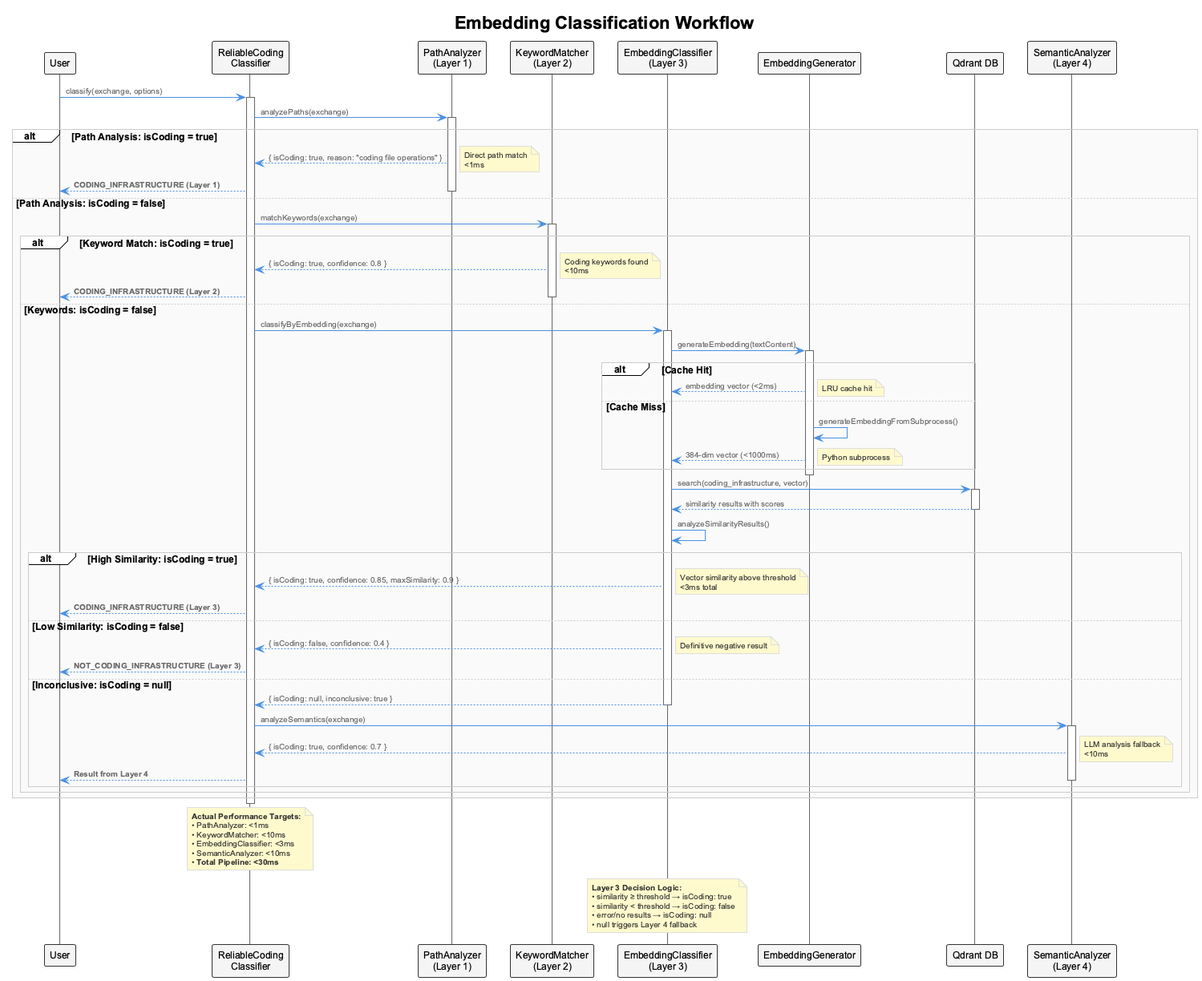
The PlantUML diagram docs/images/embedding-classification-workflow.png in fwornle/coding, before a commit.
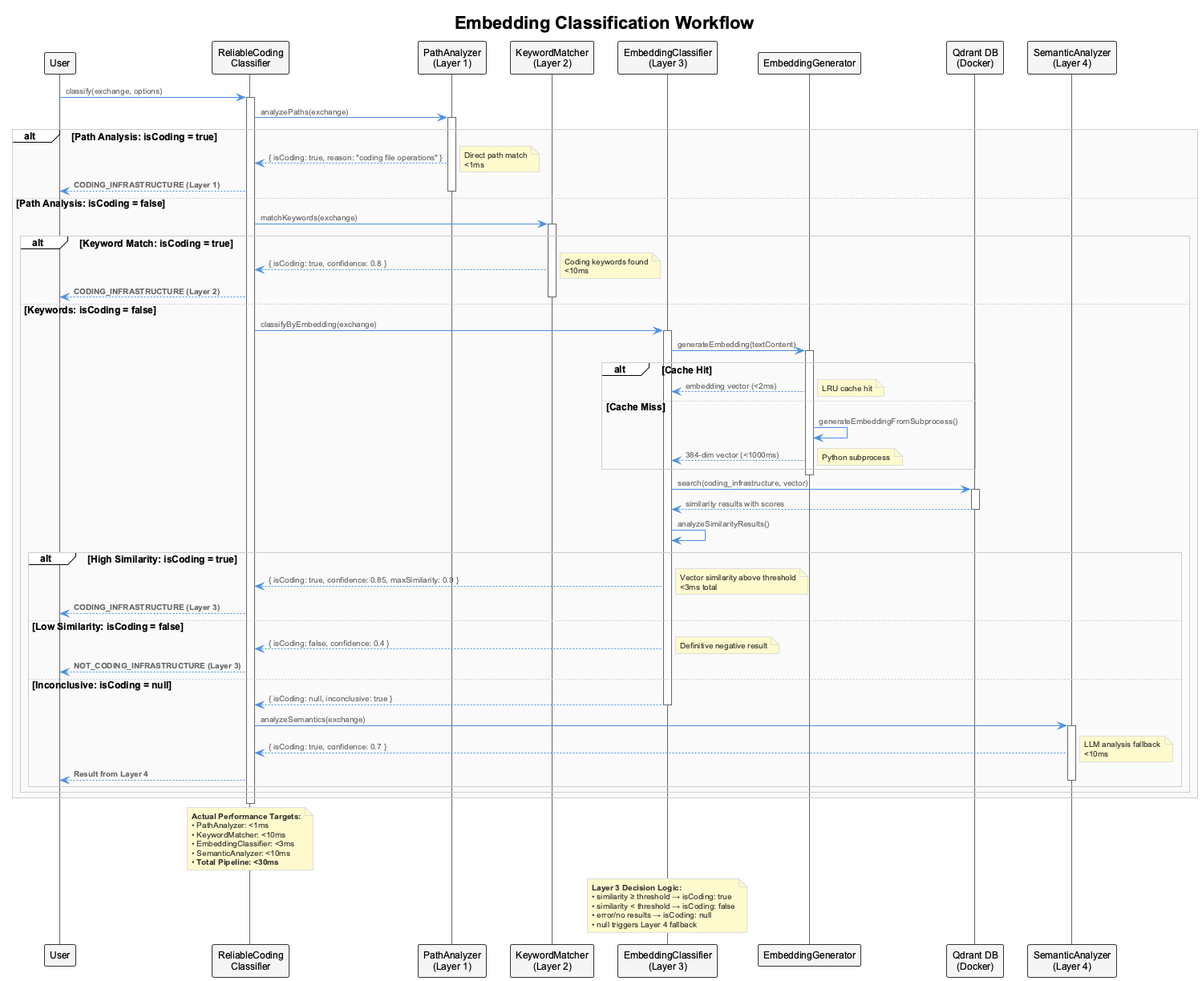
The same file after the commit.

Change to the diagram source:
```diff
@@ -9,7 +9,7 @@
 participant "KeywordMatcher\n(Layer 2)" as keyword
 participant "EmbeddingClassifier\n(Layer 3)" as embedding
 participant "EmbeddingGenerator" as generator
-participant "Qdrant DB" as qdrant
+participant "Qdrant DB\n(Docker)" as qdrant
 participant "SemanticAnalyzer\n(Layer 4)" as semantic
 
 User -> classifier : classify(exchange, options)
```
